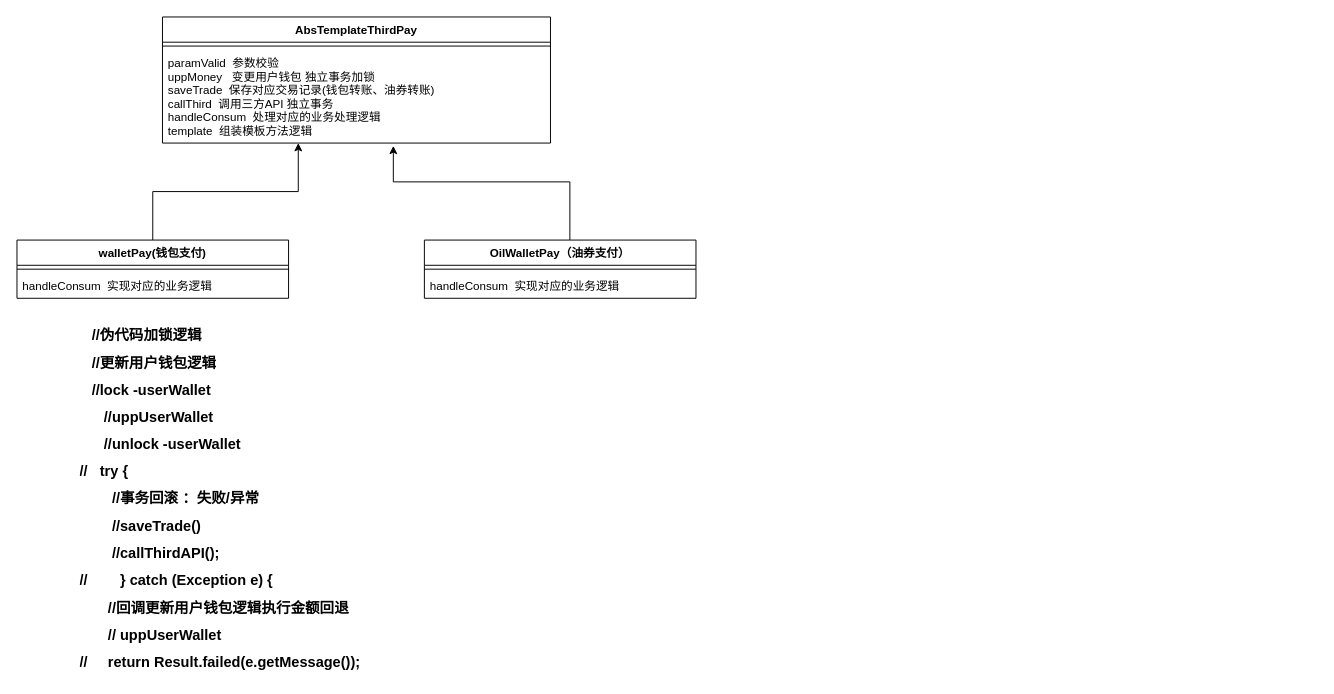
Before: img/惠运通-03.drawio in aluohe/aluohe_img, a draw.io diagram. Source tidied: cells renumbered, new cells numbered last; positions are measured from the earlier drawing's top-left corner, leaving out a move shared by most shapes. Both pictures are drawn from the tidied source at 97%, with x=0, y=0 at pixel (16, 16).
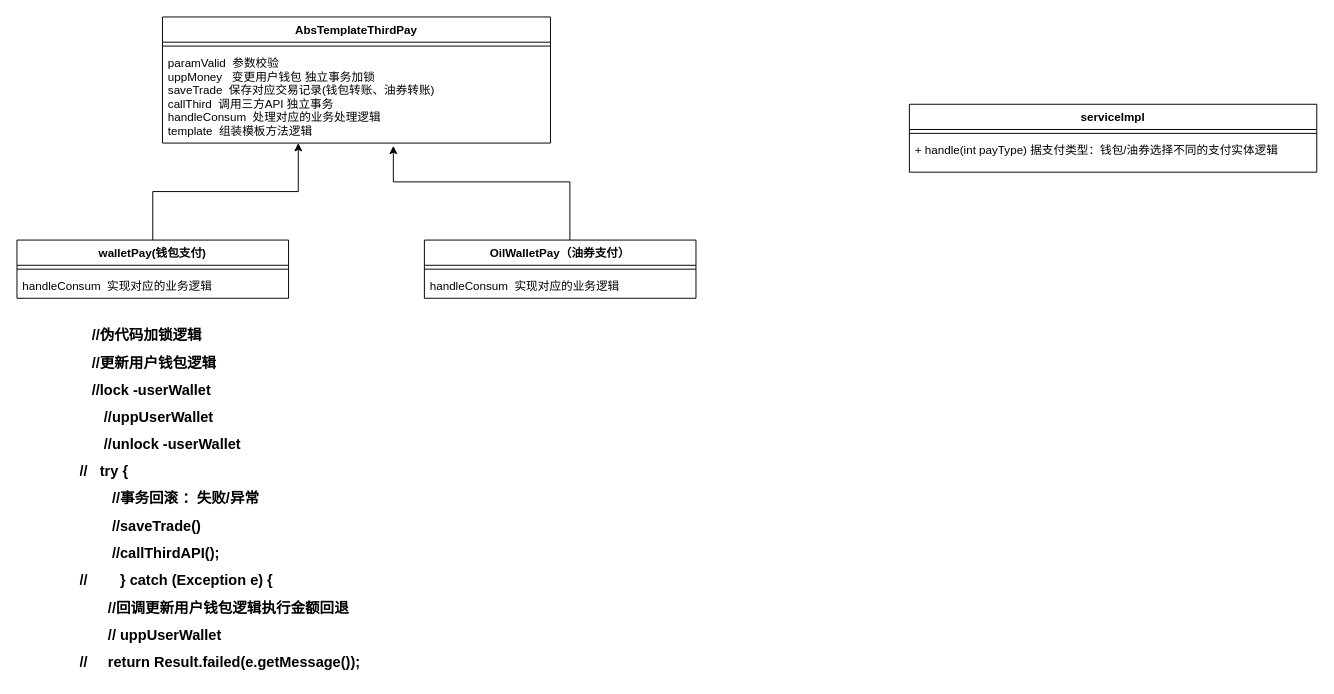
The same diagram, later.

Commit message:
更新惠运通-03.drawio

What changed in the source:
```diff
@@
 <mxGraphModel>
   <root>
     <mxCell id="0" />
     <mxCell id="1" parent="0" />
     <mxCell id="2" value="AbsTemplateThirdPay" style="swimlane;fontStyle=1;align=center;verticalAlign=top;horizontal=1;startSize=26;" parent="1" vertex="1">
       <mxGeometry x="150" width="400" height="130" as="geometry" />
     </mxCell>
     <mxCell id="3" style="line;strokeWidth=1;fillColor=none;align=left;verticalAlign=middle;spacingTop=-1;spacingLeft=3;spacingRight=3;labelPosition=right;" parent="2" vertex="1">
       <mxGeometry y="26" width="400" height="8" as="geometry" />
     </mxCell>
     <mxCell id="4" value="paramValid  参数校验&#10;uppMoney   变更用户钱包 独立事务加锁&#10;saveTrade  保存对应交易记录(钱包转账、油券转账)&#10;callThird  调用三方API 独立事务&#10;handleConsum  处理对应的业务处理逻辑&#10;template  组装模板方法逻辑" style="text;strokeColor=none;fillColor=none;align=left;verticalAlign=top;spacingLeft=4;spacingRight=4;overflow=hidden;points=[[0,0.5],[1,0.5]];portConstraint=eastwest;" parent="2" vertex="1">
       <mxGeometry y="34" width="400" height="96" as="geometry" />
     </mxCell>
     <mxCell id="5" style="edgeStyle=orthogonalEdgeStyle;rounded=0;jettySize=auto;html=1;exitX=0.5;exitY=0;exitDx=0;exitDy=0;entryX=0.35;entryY=1;entryDx=0;entryDy=0;entryPerimeter=0;" parent="1" edge="1" source="6" target="4">
       <mxGeometry relative="1" as="geometry" />
     </mxCell>
     <mxCell id="6" value="walletPay(钱包支付)" style="swimlane;fontStyle=1;align=center;verticalAlign=top;horizontal=1;startSize=26;" parent="1" vertex="1">
       <mxGeometry y="230" width="280" height="60" as="geometry" />
     </mxCell>
     <mxCell id="7" style="line;strokeWidth=1;fillColor=none;align=left;verticalAlign=middle;spacingTop=-1;spacingLeft=3;spacingRight=3;labelPosition=right;" parent="6" vertex="1">
       <mxGeometry y="26" width="280" height="8" as="geometry" />
     </mxCell>
     <mxCell id="8" value="handleConsum  实现对应的业务逻辑" style="text;strokeColor=none;fillColor=none;align=left;verticalAlign=top;spacingLeft=4;spacingRight=4;overflow=hidden;" parent="6" vertex="1">
       <mxGeometry y="34" width="280" height="26" as="geometry" />
     </mxCell>
     <mxCell id="9" style="edgeStyle=orthogonalEdgeStyle;rounded=0;jettySize=auto;html=1;exitX=0.5;exitY=0;exitDx=0;exitDy=0;entryX=0.595;entryY=1.03;entryDx=0;entryDy=0;entryPerimeter=0;" parent="1" edge="1" source="10" target="4">
       <mxGeometry relative="1" as="geometry">
         <Array as="points">
           <mxPoint x="570" y="240" />
           <mxPoint x="570" y="170" />
           <mxPoint x="388" y="170" />
         </Array>
       </mxGeometry>
     </mxCell>
     <mxCell id="10" value="OilWalletPay（油券支付）" style="swimlane;fontStyle=1;align=center;verticalAlign=top;horizontal=1;startSize=26;" parent="1" vertex="1">
       <mxGeometry x="420" y="230" width="280" height="60" as="geometry" />
     </mxCell>
     <mxCell id="11" style="line;strokeWidth=1;fillColor=none;align=left;verticalAlign=middle;spacingTop=-1;spacingLeft=3;spacingRight=3;labelPosition=right;" parent="10" vertex="1">
       <mxGeometry y="26" width="280" height="8" as="geometry" />
     </mxCell>
     <mxCell id="12" value="handleConsum  实现对应的业务逻辑" style="text;strokeColor=none;fillColor=none;align=left;verticalAlign=top;spacingLeft=4;spacingRight=4;overflow=hidden;" parent="10" vertex="1">
       <mxGeometry y="34" width="280" height="26" as="geometry" />
     </mxCell>
     <mxCell id="13" value="&lt;h1 style=&quot;font-size: 15px&quot;&gt;&lt;font style=&quot;font-size: 15px&quot;&gt;&amp;nbsp; &amp;nbsp;//伪代码加锁逻辑&lt;/font&gt;&lt;/h1&gt;&lt;h1 style=&quot;font-size: 15px&quot;&gt;&lt;font style=&quot;font-size: 15px&quot;&gt;&amp;nbsp; &amp;nbsp;//更新用户钱包逻辑&lt;/font&gt;&lt;/h1&gt;&lt;h1 style=&quot;font-size: 15px&quot;&gt;&lt;font style=&quot;font-size: 15px&quot;&gt;&amp;nbsp; &amp;nbsp;//lock -userWallet&lt;/font&gt;&lt;/h1&gt;&lt;h1 style=&quot;font-size: 15px&quot;&gt;&lt;font style=&quot;font-size: 15px&quot;&gt;&amp;nbsp; &amp;nbsp; &amp;nbsp; //uppUserWallet&lt;/font&gt;&lt;/h1&gt;&lt;h1 style=&quot;font-size: 15px&quot;&gt;&lt;font style=&quot;font-size: 15px&quot;&gt;&amp;nbsp; &amp;nbsp; &amp;nbsp; //unlock -userWallet&lt;/font&gt;&lt;/h1&gt;&lt;h1 style=&quot;font-size: 15px&quot;&gt;&lt;font style=&quot;font-size: 15px&quot;&gt;//&amp;nbsp; &amp;nbsp;try {&lt;/font&gt;&lt;/h1&gt;&lt;h1 style=&quot;font-size: 15px&quot;&gt;&lt;font style=&quot;font-size: 15px&quot;&gt;&amp;nbsp; &amp;nbsp; &amp;nbsp; &amp;nbsp; //事务回滚 ：失败/异常&lt;/font&gt;&lt;/h1&gt;&lt;h1 style=&quot;font-size: 15px&quot;&gt;&lt;font style=&quot;font-size: 15px&quot;&gt;&amp;nbsp; &amp;nbsp; &amp;nbsp; &amp;nbsp; //saveTrade()&lt;/font&gt;&lt;/h1&gt;&lt;h1 style=&quot;font-size: 15px&quot;&gt;&lt;font style=&quot;font-size: 15px&quot;&gt;&amp;nbsp; &amp;nbsp; &amp;nbsp; &amp;nbsp; //callThirdAPI();&lt;/font&gt;&lt;/h1&gt;&lt;h1 style=&quot;font-size: 15px&quot;&gt;&lt;font style=&quot;font-size: 15px&quot;&gt;//&amp;nbsp; &amp;nbsp; &amp;nbsp; &amp;nbsp; } catch (Exception e) {&lt;/font&gt;&lt;/h1&gt;&lt;h1 style=&quot;font-size: 15px&quot;&gt;&lt;font style=&quot;font-size: 15px&quot;&gt;&amp;nbsp; &amp;nbsp; &amp;nbsp; &amp;nbsp;//回调更新用户钱包逻辑执行金额回退&lt;/font&gt;&lt;/h1&gt;&lt;h1 style=&quot;font-size: 15px&quot;&gt;&lt;font style=&quot;font-size: 15px&quot;&gt;&amp;nbsp; &amp;nbsp; &amp;nbsp; &amp;nbsp;// uppUserWallet&lt;/font&gt;&lt;/h1&gt;&lt;h1 style=&quot;font-size: 15px&quot;&gt;&lt;font style=&quot;font-size: 15px&quot;&gt;//&amp;nbsp; &amp;nbsp; &amp;nbsp;return Result.failed(e.getMessage());&lt;/font&gt;&lt;/h1&gt;&lt;h1 style=&quot;font-size: 15px&quot;&gt;&lt;font style=&quot;font-size: 15px&quot;&gt;//&amp;nbsp; &amp;nbsp; &amp;nbsp; &amp;nbsp; }&lt;/font&gt;&lt;/h1&gt;" style="text;html=1;strokeColor=none;fillColor=none;spacing=5;spacingTop=-20;whiteSpace=wrap;overflow=hidden;rounded=0;" parent="1" vertex="1">
       <mxGeometry x="60" y="320" width="480" height="360" as="geometry" />
     </mxCell>
+    <mxCell id="14" value="serviceImpl" style="swimlane;fontStyle=1;align=center;verticalAlign=top;horizontal=1;startSize=26;" parent="1" vertex="1">
+      <mxGeometry x="920" y="90" width="420" height="70" as="geometry" />
+    </mxCell>
+    <mxCell id="15" style="line;strokeWidth=1;fillColor=none;align=left;verticalAlign=middle;spacingTop=-1;spacingLeft=3;spacingRight=3;labelPosition=right;" parent="14" vertex="1">
+      <mxGeometry y="26" width="420" height="8" as="geometry" />
+    </mxCell>
+    <mxCell id="16" value="+ handle(int payType) 据支付类型：钱包/油券选择不同的支付实体逻辑" style="text;strokeColor=none;fillColor=none;align=left;verticalAlign=top;spacingLeft=4;spacingRight=4;overflow=hidden;" parent="14" vertex="1">
+      <mxGeometry y="34" width="420" height="36" as="geometry" />
+    </mxCell>
   </root>
 </mxGraphModel>
```
